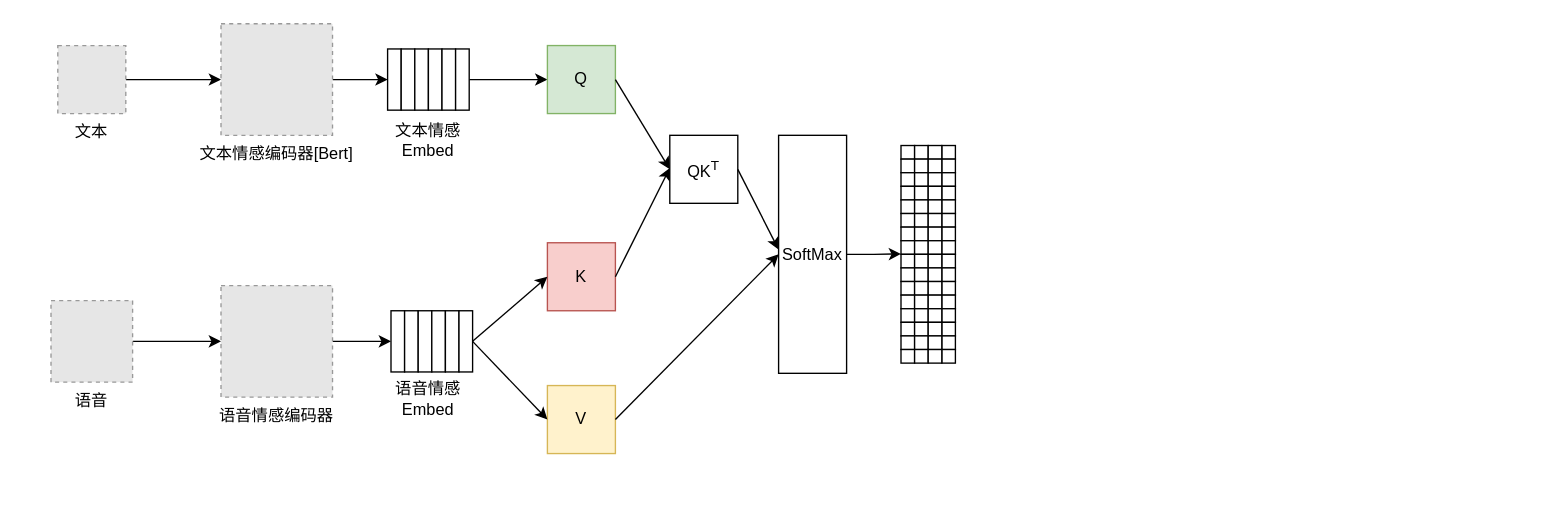
2147483647wang/demo keeps this draw.io diagram as 未命名绘图.drawio. Above is the earlier version. Source tidied: cells renumbered, new cells numbered last; positions are measured from the earlier drawing's top-left corner, leaving out a move shared by most shapes. Both pictures are drawn from the tidied source at 136%, with x=0, y=0 at pixel (50, 23). Pictures stored in the file or linked from it are replaced by grey dashed boxes.
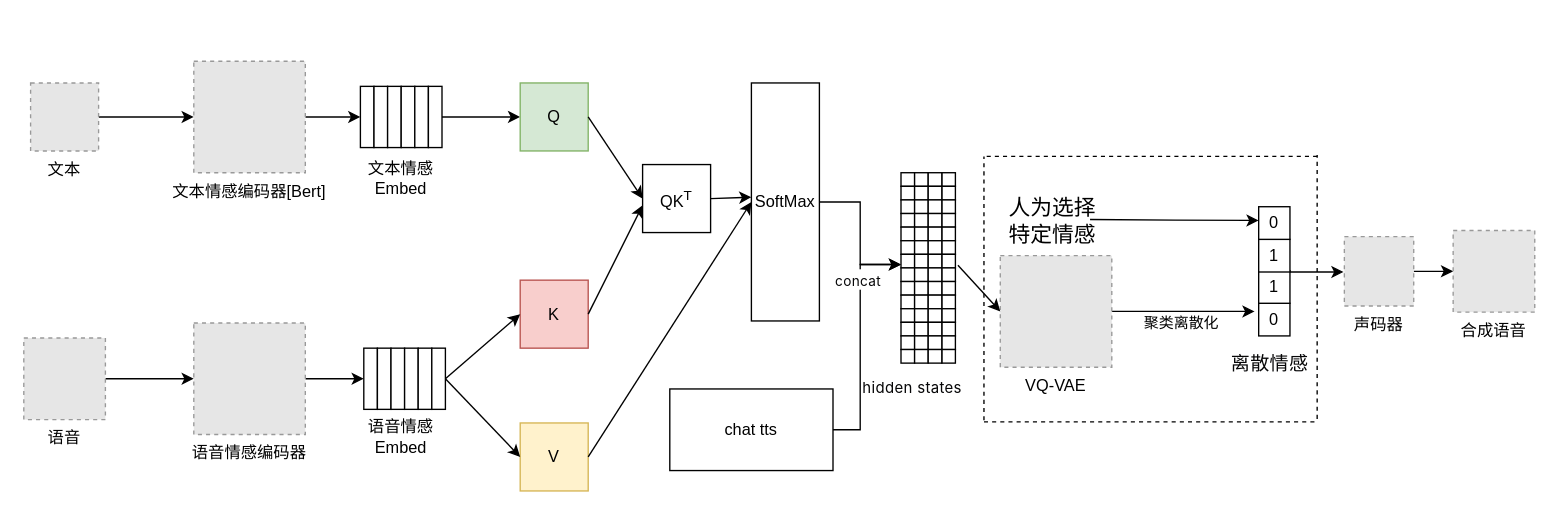
The same diagram, later.

Commit message (it also covers changes not shown here):
更新未命名绘图.drawio

Unchanged cells that the change refers to:
```xml
<mxCell id="69" style="rounded=0;whiteSpace=wrap;html=1;" parent="1" vertex="1">
  <mxGeometry x="625" y="169.5" width="10" height="10" as="geometry" />
</mxCell>
<mxCell id="71" style="rounded=0;whiteSpace=wrap;html=1;" parent="1" vertex="1">
  <mxGeometry x="655" y="169.5" width="10" height="10" as="geometry" />
</mxCell>
```

The edit, as a diff of the source:
```diff
@@
     <mxCell id="3" value="文本" style="fillColor=#E6E6E6;strokeColor=#999999;dashed=1;verticalLabelPosition=bottom;labelBackgroundColor=default;verticalAlign=top;" parent="1" vertex="1">
-      <mxGeometry x="5" y="16" width="50" height="50" as="geometry" />
+      <mxGeometry x="-15" y="43.5" width="50" height="50" as="geometry" />
     </mxCell>
@@
     <mxCell id="5" value="语音" style="fillColor=#E6E6E6;strokeColor=#999999;dashed=1;verticalLabelPosition=bottom;labelBackgroundColor=default;verticalAlign=top;" parent="1" vertex="1">
-      <mxGeometry y="203.5" width="60" height="60" as="geometry" />
+      <mxGeometry x="-20" y="231" width="60" height="60" as="geometry" />
     </mxCell>
@@
     <mxCell id="7" value="文本情感编码器[Bert]" style="fillColor=#E6E6E6;strokeColor=#999999;dashed=1;verticalLabelPosition=bottom;labelBackgroundColor=default;verticalAlign=top;" parent="1" vertex="1">
-      <mxGeometry x="125" width="82" height="82" as="geometry" />
+      <mxGeometry x="105" y="27.5" width="82" height="82" as="geometry" />
     </mxCell>
@@
     <mxCell id="9" value="语音情感编码器" style="fillColor=#E6E6E6;strokeColor=#999999;dashed=1;verticalLabelPosition=bottom;labelBackgroundColor=default;verticalAlign=top;" parent="1" vertex="1">
-      <mxGeometry x="125" y="192.5" width="82" height="82" as="geometry" />
+      <mxGeometry x="105" y="220" width="82" height="82" as="geometry" />
     </mxCell>
     <mxCell id="10" style="rounded=0;whiteSpace=wrap;html=1;" parent="1" vertex="1">
-      <mxGeometry x="247.5" y="18.5" width="10" height="45" as="geometry" />
+      <mxGeometry x="227.5" y="46" width="10" height="45" as="geometry" />
     </mxCell>
     <mxCell id="11" style="rounded=0;whiteSpace=wrap;html=1;" parent="1" vertex="1">
-      <mxGeometry x="257.5" y="18.5" width="10" height="45" as="geometry" />
+      <mxGeometry x="237.5" y="46" width="10" height="45" as="geometry" />
     </mxCell>
     <mxCell id="12" style="rounded=0;whiteSpace=wrap;html=1;" parent="1" vertex="1">
-      <mxGeometry x="267.5" y="18.5" width="10" height="45" as="geometry" />
+      <mxGeometry x="247.5" y="46" width="10" height="45" as="geometry" />
     </mxCell>
     <mxCell id="13" style="rounded=0;whiteSpace=wrap;html=1;" parent="1" vertex="1">
-      <mxGeometry x="277.5" y="18.5" width="10" height="45" as="geometry" />
+      <mxGeometry x="257.5" y="46" width="10" height="45" as="geometry" />
     </mxCell>
     <mxCell id="14" style="rounded=0;whiteSpace=wrap;html=1;" parent="1" vertex="1">
-      <mxGeometry x="287.5" y="18.5" width="10" height="45" as="geometry" />
+      <mxGeometry x="267.5" y="46" width="10" height="45" as="geometry" />
     </mxCell>
@@
     <mxCell id="16" style="rounded=0;whiteSpace=wrap;html=1;" parent="1" vertex="1">
-      <mxGeometry x="297.5" y="18.5" width="10" height="45" as="geometry" />
+      <mxGeometry x="277.5" y="46" width="10" height="45" as="geometry" />
     </mxCell>
     <mxCell id="17" style="rounded=0;whiteSpace=wrap;html=1;" parent="1" vertex="1">
-      <mxGeometry x="250" y="211" width="10" height="45" as="geometry" />
+      <mxGeometry x="230" y="238.5" width="10" height="45" as="geometry" />
     </mxCell>
     <mxCell id="18" style="rounded=0;whiteSpace=wrap;html=1;" parent="1" vertex="1">
-      <mxGeometry x="260" y="211" width="10" height="45" as="geometry" />
+      <mxGeometry x="240" y="238.5" width="10" height="45" as="geometry" />
     </mxCell>
     <mxCell id="19" style="rounded=0;whiteSpace=wrap;html=1;" parent="1" vertex="1">
-      <mxGeometry x="270" y="211" width="10" height="45" as="geometry" />
+      <mxGeometry x="250" y="238.5" width="10" height="45" as="geometry" />
     </mxCell>
     <mxCell id="20" style="rounded=0;whiteSpace=wrap;html=1;" parent="1" vertex="1">
-      <mxGeometry x="280" y="211" width="10" height="45" as="geometry" />
+      <mxGeometry x="260" y="238.5" width="10" height="45" as="geometry" />
     </mxCell>
     <mxCell id="21" style="rounded=0;whiteSpace=wrap;html=1;" parent="1" vertex="1">
-      <mxGeometry x="290" y="211" width="10" height="45" as="geometry" />
+      <mxGeometry x="270" y="238.5" width="10" height="45" as="geometry" />
     </mxCell>
     <mxCell id="22" style="rounded=0;whiteSpace=wrap;html=1;" parent="1" vertex="1">
-      <mxGeometry x="300" y="211" width="10" height="45" as="geometry" />
+      <mxGeometry x="280" y="238.5" width="10" height="45" as="geometry" />
     </mxCell>
     <mxCell id="23" value="文本情感Embed" style="text;html=1;align=center;verticalAlign=middle;whiteSpace=wrap;rounded=0;" parent="1" vertex="1">
-      <mxGeometry x="245" y="76" width="65" height="20" as="geometry" />
+      <mxGeometry x="225" y="103.5" width="65" height="20" as="geometry" />
     </mxCell>
     <mxCell id="24" value="语音情感Embed" style="text;html=1;align=center;verticalAlign=middle;whiteSpace=wrap;rounded=0;" parent="1" vertex="1">
-      <mxGeometry x="245" y="266" width="65" height="20" as="geometry" />
+      <mxGeometry x="225" y="293.5" width="65" height="20" as="geometry" />
     </mxCell>
     <mxCell id="25" value="Q" style="rounded=0;whiteSpace=wrap;html=1;labelBackgroundColor=none;fillColor=#d5e8d4;strokeColor=#82b366;" parent="1" vertex="1">
-      <mxGeometry x="365" y="16" width="50" height="50" as="geometry" />
+      <mxGeometry x="345" y="43.5" width="50" height="50" as="geometry" />
     </mxCell>
     <mxCell id="26" value="K" style="rounded=0;whiteSpace=wrap;html=1;fillColor=#f8cecc;strokeColor=#b85450;" parent="1" vertex="1">
-      <mxGeometry x="365" y="161" width="50" height="50" as="geometry" />
+      <mxGeometry x="345" y="188.5" width="50" height="50" as="geometry" />
     </mxCell>
     <mxCell id="27" value="V" style="rounded=0;whiteSpace=wrap;html=1;fillColor=#fff2cc;strokeColor=#d6b656;" parent="1" vertex="1">
-      <mxGeometry x="365" y="266" width="50" height="50" as="geometry" />
+      <mxGeometry x="345" y="293.5" width="50" height="50" as="geometry" />
     </mxCell>
@@
     <mxCell id="30" value="QK&lt;sup&gt;T&lt;/sup&gt;" style="rounded=0;whiteSpace=wrap;html=1;" parent="1" vertex="1">
-      <mxGeometry x="455" y="82" width="50" height="50" as="geometry" />
+      <mxGeometry x="435" y="103.5" width="50" height="50" as="geometry" />
     </mxCell>
@@
     <mxCell id="32" style="endArrow=classic;html=1;rounded=0;exitX=1;exitY=0.5;exitDx=0;exitDy=0;" parent="1" edge="1" source="26">
       <mxGeometry relative="1" as="geometry">
-        <mxPoint x="455" y="106" as="targetPoint" />
+        <mxPoint x="435" y="133.5" as="targetPoint" />
       </mxGeometry>
     </mxCell>
-    <mxCell id="33" style="edgeStyle=orthogonalEdgeStyle;rounded=0;jettySize=auto;html=1;exitX=1;exitY=0.5;exitDx=0;exitDy=0;" parent="1" edge="1" source="34">
-      <mxGeometry relative="1" as="geometry">
-        <mxPoint x="625" y="169.2" as="targetPoint" />
-      </mxGeometry>
-    </mxCell>
+    <mxCell id="101" style="edgeStyle=orthogonalEdgeStyle;rounded=0;jettySize=auto;html=1;entryX=0;entryY=0.75;entryDx=0;entryDy=0;" parent="1" edge="1" source="34" target="69">
+      <mxGeometry relative="1" as="geometry" />
+    </mxCell>
     <mxCell id="34" value="SoftMax" style="rounded=0;whiteSpace=wrap;html=1;" parent="1" vertex="1">
-      <mxGeometry x="535" y="82" width="50" height="175" as="geometry" />
+      <mxGeometry x="515" y="43.5" width="50" height="175" as="geometry" />
     </mxCell>
@@
-    <mxCell id="37" style="rounded=0;whiteSpace=wrap;html=1;" parent="1" vertex="1">
-      <mxGeometry x="625" y="89.5" width="10" height="10" as="geometry" />
-    </mxCell>
-    <mxCell id="38" style="rounded=0;whiteSpace=wrap;html=1;" parent="1" vertex="1">
-      <mxGeometry x="635" y="89.5" width="10" height="10" as="geometry" />
-    </mxCell>
-    <mxCell id="39" style="rounded=0;whiteSpace=wrap;html=1;" parent="1" vertex="1">
-      <mxGeometry x="655" y="89.5" width="10" height="10" as="geometry" />
-    </mxCell>
-    <mxCell id="40" style="rounded=0;whiteSpace=wrap;html=1;" parent="1" vertex="1">
-      <mxGeometry x="645" y="89.5" width="10" height="10" as="geometry" />
-    </mxCell>
-    <mxCell id="41" style="rounded=0;whiteSpace=wrap;html=1;" parent="1" vertex="1">
-      <mxGeometry x="625" y="99.5" width="10" height="10" as="geometry" />
-    </mxCell>
-    <mxCell id="42" style="rounded=0;whiteSpace=wrap;html=1;" parent="1" vertex="1">
-      <mxGeometry x="635" y="99.5" width="10" height="10" as="geometry" />
-    </mxCell>
-    <mxCell id="43" style="rounded=0;whiteSpace=wrap;html=1;" parent="1" vertex="1">
-      <mxGeometry x="655" y="99.5" width="10" height="10" as="geometry" />
-    </mxCell>
-    <mxCell id="44" style="rounded=0;whiteSpace=wrap;html=1;" parent="1" vertex="1">
-      <mxGeometry x="645" y="99.5" width="10" height="10" as="geometry" />
-    </mxCell>
@@
+    <mxCell id="102" value="&lt;span style=&quot;color: rgb(6, 6, 7); font-family: -apple-system, blinkmacsystemfont, &amp;quot;Helvetica Neue&amp;quot;, helvetica, &amp;quot;segoe ui&amp;quot;, arial, roboto, &amp;quot;PingFang SC&amp;quot;, miui, &amp;quot;Hiragino Sans GB&amp;quot;, &amp;quot;Microsoft Yahei&amp;quot;, sans-serif; font-style: normal; font-variant-ligatures: normal; font-variant-caps: normal; font-weight: 400; letter-spacing: 0.25px; orphans: 2; text-align: left; text-indent: 0px; text-transform: none; widows: 2; word-spacing: 0px; -webkit-text-stroke-width: 0px; white-space: pre-wrap; background-color: rgb(255, 255, 255); text-decoration-thickness: initial; text-decoration-style: initial; text-decoration-color: initial; float: none; display: inline !important;&quot;&gt;&lt;font style=&quot;font-size: 11px;&quot;&gt;hidden states&lt;/font&gt;&lt;/span&gt;" style="text;whiteSpace=wrap;html=1;" parent="1" vertex="1">
+      <mxGeometry x="595" y="253.5" width="81" height="21" as="geometry" />
+    </mxCell>
+    <mxCell id="103" style="edgeStyle=orthogonalEdgeStyle;rounded=0;jettySize=auto;html=1;" parent="1" edge="1" source="104" target="105">
+      <mxGeometry relative="1" as="geometry" />
+    </mxCell>
+    <mxCell id="104" value="声码器" style="fillColor=#E6E6E6;strokeColor=#999999;dashed=1;verticalLabelPosition=bottom;labelBackgroundColor=default;verticalAlign=top;" parent="1" vertex="1">
+      <mxGeometry x="951" y="156.5" width="51" height="51" as="geometry" />
+    </mxCell>
+    <mxCell id="105" value="合成语音" style="fillColor=#E6E6E6;strokeColor=#999999;dashed=1;verticalLabelPosition=bottom;labelBackgroundColor=default;verticalAlign=top;" parent="1" vertex="1">
+      <mxGeometry x="1031" y="152" width="60" height="60" as="geometry" />
+    </mxCell>
+    <mxCell id="106" style="edgeStyle=orthogonalEdgeStyle;rounded=0;jettySize=auto;html=1;entryX=0;entryY=0.75;entryDx=0;entryDy=0;" parent="1" edge="1" source="107" target="69">
+      <mxGeometry relative="1" as="geometry">
+        <Array as="points">
+          <mxPoint x="595" y="298.5" />
+          <mxPoint x="595" y="177.5" />
+        </Array>
+      </mxGeometry>
+    </mxCell>
+    <mxCell id="107" value="chat tts" style="rounded=0;whiteSpace=wrap;html=1;" parent="1" vertex="1">
+      <mxGeometry x="455" y="268.5" width="120" height="60" as="geometry" />
+    </mxCell>
+    <mxCell id="108" value="&lt;span style=&quot;color: rgb(6, 6, 7); font-family: -apple-system, blinkmacsystemfont, &amp;quot;Helvetica Neue&amp;quot;, helvetica, &amp;quot;segoe ui&amp;quot;, arial, roboto, &amp;quot;PingFang SC&amp;quot;, miui, &amp;quot;Hiragino Sans GB&amp;quot;, &amp;quot;Microsoft Yahei&amp;quot;, sans-serif; font-style: normal; font-variant-ligatures: normal; font-variant-caps: normal; font-weight: 400; letter-spacing: 0.25px; orphans: 2; text-align: left; text-indent: 0px; text-transform: none; widows: 2; word-spacing: 0px; -webkit-text-stroke-width: 0px; white-space: pre-wrap; background-color: rgb(255, 255, 255); text-decoration-thickness: initial; text-decoration-style: initial; text-decoration-color: initial; float: none; display: inline !important;&quot;&gt;&lt;font style=&quot;font-size: 10px;&quot;&gt;concat&lt;/font&gt;&lt;/span&gt;" style="text;whiteSpace=wrap;html=1;" parent="1" vertex="1">
+      <mxGeometry x="575" y="174.5" width="50" height="20" as="geometry" />
+    </mxCell>
+    <mxCell id="109" style="edgeStyle=orthogonalEdgeStyle;rounded=0;jettySize=auto;html=1;" parent="1" edge="1" source="111">
+      <mxGeometry relative="1" as="geometry">
+        <mxPoint x="885" y="211.5" as="targetPoint" />
+      </mxGeometry>
+    </mxCell>
+    <mxCell id="110" value="聚类离散化" style="edgeLabel;html=1;align=center;verticalAlign=middle;" parent="109" vertex="1">
+      <mxGeometry x="-0.24" y="2" relative="1" as="geometry">
+        <mxPoint x="10" y="10" as="offset" />
+      </mxGeometry>
+    </mxCell>
+    <mxCell id="111" value="VQ-VAE" style="fillColor=#E6E6E6;strokeColor=#999999;dashed=1;verticalLabelPosition=bottom;labelBackgroundColor=default;verticalAlign=top;" parent="1" vertex="1">
+      <mxGeometry x="698" y="170.5" width="82" height="82" as="geometry" />
+    </mxCell>
+    <mxCell id="112" style="endArrow=classic;html=1;rounded=0;entryX=0;entryY=0.5;entryDx=0;entryDy=0;exitX=1.187;exitY=0.804;exitDx=0;exitDy=0;exitPerimeter=0;" parent="1" edge="1" source="71" target="111">
+      <mxGeometry relative="1" as="geometry" />
+    </mxCell>
+    <mxCell id="113" value="0" style="rounded=0;whiteSpace=wrap;html=1;" parent="1" vertex="1">
+      <mxGeometry x="888" y="205.5" width="23" height="24" as="geometry" />
+    </mxCell>
+    <mxCell id="114" value="1" style="rounded=0;whiteSpace=wrap;html=1;" parent="1" vertex="1">
+      <mxGeometry x="888" y="181.5" width="23" height="24" as="geometry" />
+    </mxCell>
+    <mxCell id="115" style="edgeStyle=orthogonalEdgeStyle;rounded=0;jettySize=auto;html=1;exitX=1;exitY=1;exitDx=0;exitDy=0;" parent="1" edge="1" source="116">
+      <mxGeometry relative="1" as="geometry">
+        <mxPoint x="950.4" y="182.7" as="targetPoint" />
+      </mxGeometry>
+    </mxCell>
+    <mxCell id="116" value="1" style="rounded=0;whiteSpace=wrap;html=1;" parent="1" vertex="1">
+      <mxGeometry x="888" y="158.5" width="23" height="24" as="geometry" />
+    </mxCell>
+    <mxCell id="117" value="0" style="rounded=0;whiteSpace=wrap;html=1;" parent="1" vertex="1">
+      <mxGeometry x="888" y="134.5" width="23" height="24" as="geometry" />
+    </mxCell>
+    <mxCell id="118" value="&lt;span style=&quot;color: rgb(6, 6, 7); font-family: -apple-system, blinkmacsystemfont, &amp;quot;Helvetica Neue&amp;quot;, helvetica, &amp;quot;segoe ui&amp;quot;, arial, roboto, &amp;quot;PingFang SC&amp;quot;, miui, &amp;quot;Hiragino Sans GB&amp;quot;, &amp;quot;Microsoft Yahei&amp;quot;, sans-serif; font-size: 14px; font-style: normal; font-variant-ligatures: normal; font-variant-caps: normal; font-weight: 400; letter-spacing: 0.25px; orphans: 2; text-align: left; text-indent: 0px; text-transform: none; widows: 2; word-spacing: 0px; -webkit-text-stroke-width: 0px; white-space: pre-wrap; background-color: rgb(255, 255, 255); text-decoration-thickness: initial; text-decoration-style: initial; text-decoration-color: initial; display: inline !important; float: none;&quot;&gt;离散情感&lt;/span&gt;" style="text;whiteSpace=wrap;html=1;" parent="1" vertex="1">
+      <mxGeometry x="866" y="234.5" width="60" height="29.5" as="geometry" />
+    </mxCell>
+    <mxCell id="119" style="endArrow=none;dashed=1;html=1;rounded=0;" parent="1" edge="1">
+      <mxGeometry relative="1" as="geometry">
+        <mxPoint x="686" y="292.7" as="sourcePoint" />
+        <mxPoint x="929" y="292.7" as="targetPoint" />
+      </mxGeometry>
+    </mxCell>
+    <mxCell id="120" style="endArrow=none;dashed=1;html=1;rounded=0;" parent="1" edge="1">
+      <mxGeometry relative="1" as="geometry">
+        <mxPoint x="686" y="291.5" as="sourcePoint" />
+        <mxPoint x="686" y="97.5" as="targetPoint" />
+      </mxGeometry>
+    </mxCell>
+    <mxCell id="121" style="edgeStyle=orthogonalEdgeStyle;rounded=0;orthogonalLoop=1;jettySize=auto;html=1;" parent="1" edge="1">
+      <mxGeometry relative="1" as="geometry">
+        <mxPoint x="764" y="143.9" as="sourcePoint" />
+        <mxPoint x="888" y="144.6" as="targetPoint" />
+      </mxGeometry>
+    </mxCell>
+    <mxCell id="122" value="&lt;font style=&quot;font-size: 16px;&quot;&gt;人为选择特定情感&lt;/font&gt;" style="text;html=1;align=center;verticalAlign=middle;whiteSpace=wrap;rounded=0;" parent="1" vertex="1">
+      <mxGeometry x="703" y="130.5" width="67" height="28" as="geometry" />
+    </mxCell>
+    <mxCell id="123" style="endArrow=none;dashed=1;html=1;rounded=0;" parent="1" edge="1">
+      <mxGeometry relative="1" as="geometry">
+        <mxPoint x="688" y="97.5" as="sourcePoint" />
+        <mxPoint x="931" y="97.5" as="targetPoint" />
+      </mxGeometry>
+    </mxCell>
+    <mxCell id="124" style="endArrow=none;dashed=1;html=1;rounded=0;" parent="1" edge="1">
+      <mxGeometry relative="1" as="geometry">
+        <mxPoint x="931" y="290.5" as="sourcePoint" />
+        <mxPoint x="931" y="96.5" as="targetPoint" />
+      </mxGeometry>
+    </mxCell>
```
